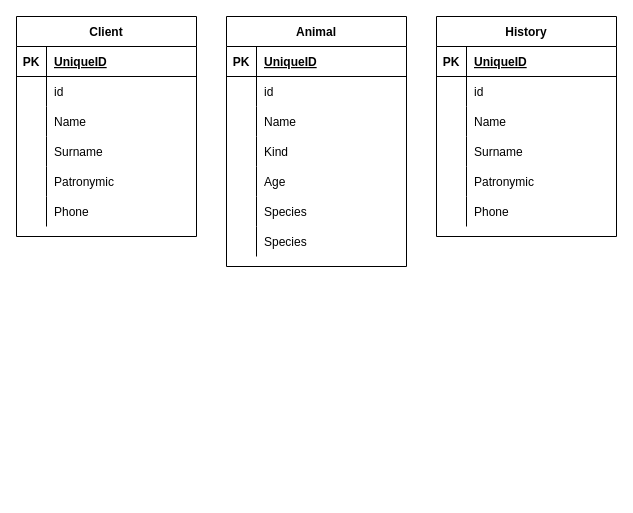
This is Untitled Diagram.drawio from 21shunya/vet, a draw.io file, before an edit. Source tidied: cells renumbered, new cells numbered last; positions are measured from the earlier drawing's top-left corner, leaving out a move shared by most shapes. Both pictures are drawn from the tidied source at 100%, with x=0, y=0 at pixel (16, 16).
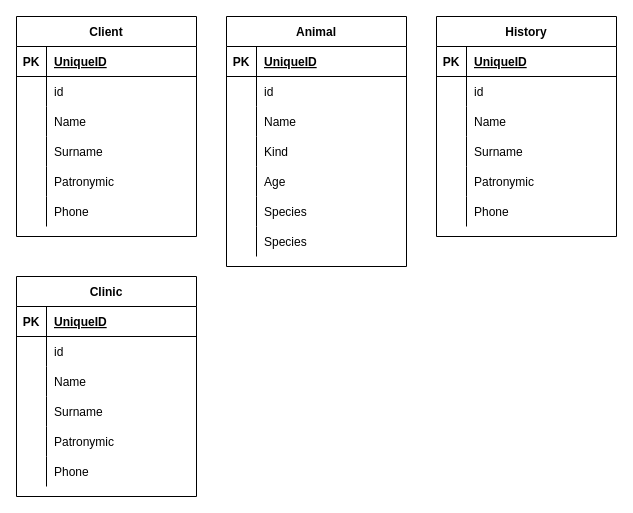
Above is the later version.

Diff of the diagram source:
```diff
@@
+    <mxCell id="62" value="Clinic" style="shape=table;startSize=30;childLayout=tableLayout;rowLines=0;fontStyle=1;align=center;" parent="1" vertex="1">
+      <mxGeometry y="260" width="180" height="220" as="geometry" />
+    </mxCell>
+    <mxCell id="63" style="shape=partialRectangle;fillColor=none;top=0;left=0;bottom=1;right=0;" parent="62" vertex="1">
+      <mxGeometry y="30" width="180" height="30" as="geometry" />
+    </mxCell>
+    <mxCell id="64" value="PK" style="shape=partialRectangle;fillColor=none;top=0;left=0;bottom=0;right=0;fontStyle=1;overflow=hidden;" parent="63" vertex="1">
+      <mxGeometry width="30" height="30" as="geometry" />
+    </mxCell>
+    <mxCell id="65" value="UniqueID" style="shape=partialRectangle;fillColor=none;top=0;left=0;bottom=0;right=0;align=left;spacingLeft=6;fontStyle=5;overflow=hidden;" parent="63" vertex="1">
+      <mxGeometry x="30" width="150" height="30" as="geometry" />
+    </mxCell>
+    <mxCell id="66" style="shape=partialRectangle;fillColor=none;top=0;left=0;bottom=0;right=0;" parent="62" vertex="1">
+      <mxGeometry y="60" width="180" height="30" as="geometry" />
+    </mxCell>
+    <mxCell id="67" style="shape=partialRectangle;fillColor=none;top=0;left=0;bottom=0;right=0;overflow=hidden;" parent="66" vertex="1">
+      <mxGeometry width="30" height="30" as="geometry" />
+    </mxCell>
+    <mxCell id="68" value="id" style="shape=partialRectangle;fillColor=none;top=0;left=0;bottom=0;right=0;align=left;spacingLeft=6;overflow=hidden;" parent="66" vertex="1">
+      <mxGeometry x="30" width="150" height="30" as="geometry" />
+    </mxCell>
+    <mxCell id="69" style="shape=partialRectangle;fillColor=none;top=0;left=0;bottom=0;right=0;" parent="62" vertex="1">
+      <mxGeometry y="90" width="180" height="30" as="geometry" />
+    </mxCell>
+    <mxCell id="70" style="shape=partialRectangle;fillColor=none;top=0;left=0;bottom=0;right=0;overflow=hidden;" parent="69" vertex="1">
+      <mxGeometry width="30" height="30" as="geometry" />
+    </mxCell>
+    <mxCell id="71" value="Name" style="shape=partialRectangle;fillColor=none;top=0;left=0;bottom=0;right=0;align=left;spacingLeft=6;overflow=hidden;" parent="69" vertex="1">
+      <mxGeometry x="30" width="150" height="30" as="geometry" />
+    </mxCell>
+    <mxCell id="72" style="shape=partialRectangle;fillColor=none;top=0;left=0;bottom=0;right=0;" parent="62" vertex="1">
+      <mxGeometry y="120" width="180" height="30" as="geometry" />
+    </mxCell>
+    <mxCell id="73" style="shape=partialRectangle;fillColor=none;top=0;left=0;bottom=0;right=0;overflow=hidden;" parent="72" vertex="1">
+      <mxGeometry width="30" height="30" as="geometry" />
+    </mxCell>
+    <mxCell id="74" value="Surname" style="shape=partialRectangle;fillColor=none;top=0;left=0;bottom=0;right=0;align=left;spacingLeft=6;overflow=hidden;" parent="72" vertex="1">
+      <mxGeometry x="30" width="150" height="30" as="geometry" />
+    </mxCell>
+    <mxCell id="75" style="shape=partialRectangle;fillColor=none;top=0;left=0;bottom=0;right=0;" parent="62" vertex="1">
+      <mxGeometry y="150" width="180" height="30" as="geometry" />
+    </mxCell>
+    <mxCell id="76" style="shape=partialRectangle;fillColor=none;top=0;left=0;bottom=0;right=0;overflow=hidden;" parent="75" vertex="1">
+      <mxGeometry width="30" height="30" as="geometry" />
+    </mxCell>
+    <mxCell id="77" value="Patronymic" style="shape=partialRectangle;fillColor=none;top=0;left=0;bottom=0;right=0;align=left;spacingLeft=6;overflow=hidden;" parent="75" vertex="1">
+      <mxGeometry x="30" width="150" height="30" as="geometry" />
+    </mxCell>
+    <mxCell id="78" style="shape=partialRectangle;fillColor=none;top=0;left=0;bottom=0;right=0;" parent="62" vertex="1">
+      <mxGeometry y="180" width="180" height="30" as="geometry" />
+    </mxCell>
+    <mxCell id="79" style="shape=partialRectangle;fillColor=none;top=0;left=0;bottom=0;right=0;overflow=hidden;" parent="78" vertex="1">
+      <mxGeometry width="30" height="30" as="geometry" />
+    </mxCell>
+    <mxCell id="80" value="Phone" style="shape=partialRectangle;fillColor=none;top=0;left=0;bottom=0;right=0;align=left;spacingLeft=6;overflow=hidden;" parent="78" vertex="1">
+      <mxGeometry x="30" width="150" height="30" as="geometry" />
+    </mxCell>
```
